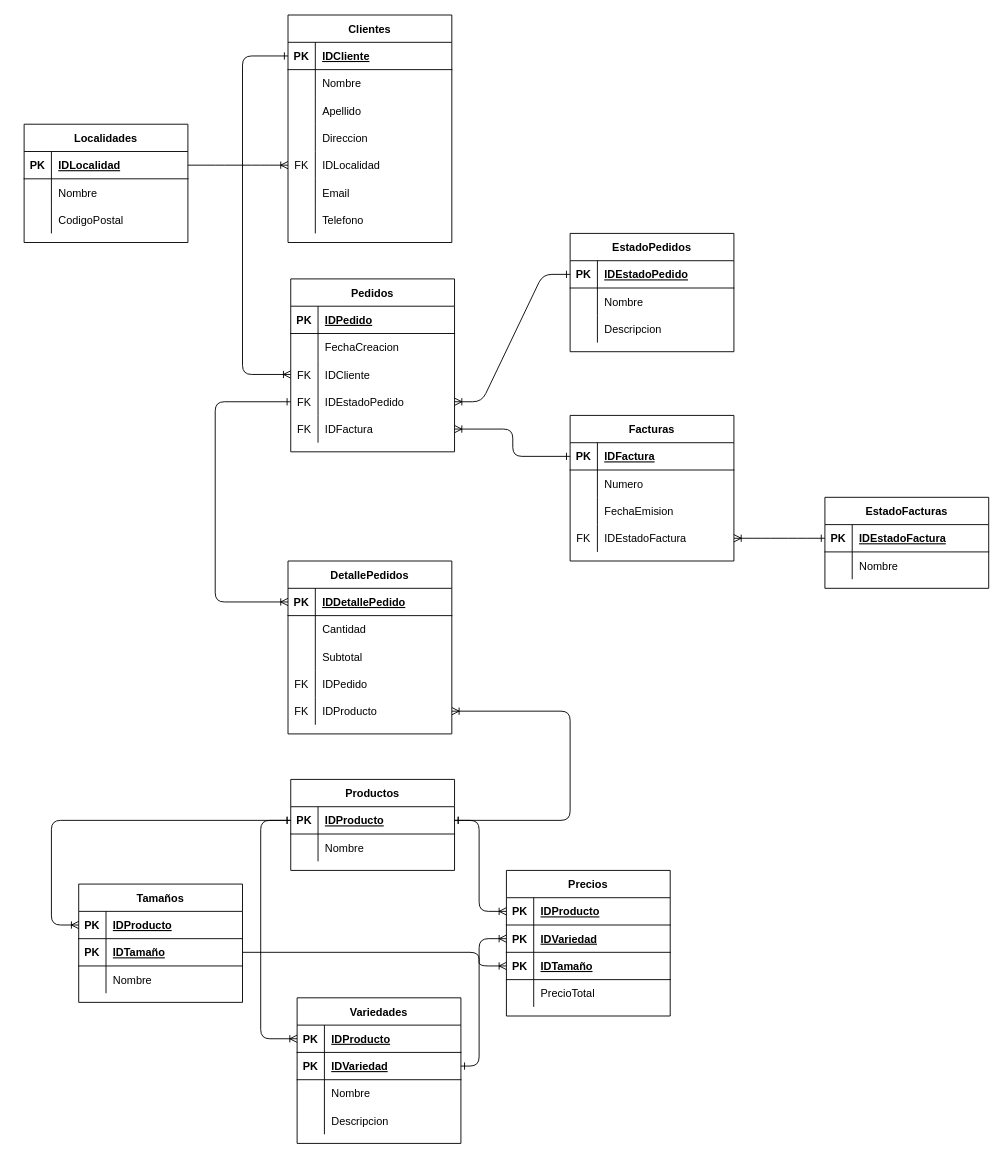
RailGun15/laboratorio3-20202c keeps this draw.io diagram as Delivery DER.drawio. Above is the earlier version. Source tidied: cells renumbered, new cells numbered last; positions are measured from the earlier drawing's top-left corner, leaving out a move shared by most shapes. Both pictures are drawn from the tidied source at 91%, with x=0, y=0 at pixel (24, 15).
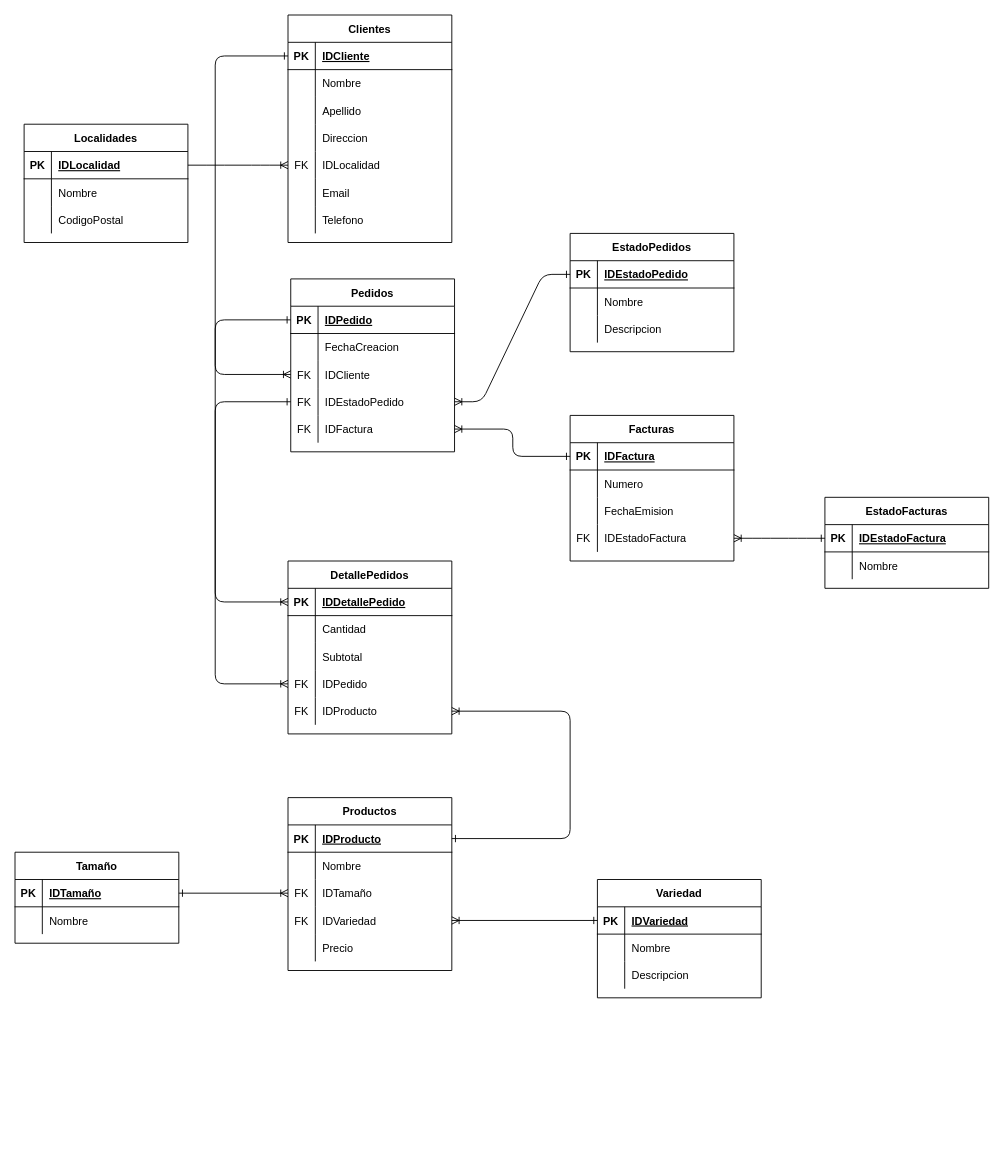
The same page after the edit.

Unchanged cells that the change refers to:
```xml
<mxCell id="12" style="shape=partialRectangle;fillColor=none;top=0;left=0;bottom=0;right=0;points=[[0,0.5],[1,0.5]];portConstraint=eastwest;" parent="2" vertex="1">
  <mxGeometry y="120" width="180" height="30" as="geometry" />
</mxCell>
<mxCell id="19" style="shape=partialRectangle;fillColor=none;top=0;left=0;bottom=1;right=0;points=[[0,0.5],[1,0.5]];portConstraint=eastwest;" parent="18" vertex="1">
  <mxGeometry y="30" width="180" height="30" as="geometry" />
</mxCell>
<mxCell id="25" style="shape=partialRectangle;fillColor=none;top=0;left=0;bottom=0;right=0;points=[[0,0.5],[1,0.5]];portConstraint=eastwest;" parent="18" vertex="1">
  <mxGeometry y="90" width="180" height="30" as="geometry" />
</mxCell>
<mxCell id="35" style="shape=partialRectangle;fillColor=none;top=0;left=0;bottom=1;right=0;points=[[0,0.5],[1,0.5]];portConstraint=eastwest;" parent="34" vertex="1">
  <mxGeometry y="30" width="180" height="30" as="geometry" />
</mxCell>
<mxCell id="57" style="shape=partialRectangle;fillColor=none;top=0;left=0;bottom=1;right=0;points=[[0,0.5],[1,0.5]];portConstraint=eastwest;" parent="56" vertex="1">
  <mxGeometry y="30" width="180" height="30" as="geometry" />
</mxCell>
```

What changed in the source:
```diff
@@
     <mxCell id="56" value="Productos" style="shape=table;startSize=30;childLayout=tableLayout;rowLines=0;fontStyle=1;align=center;" parent="1" vertex="1">
-      <mxGeometry x="293" y="840" width="180" height="100" as="geometry" />
+      <mxGeometry x="290" y="860" width="180" height="190" as="geometry" />
     </mxCell>
@@
-    <mxCell id="63" value="Variedades" style="shape=table;startSize=30;childLayout=tableLayout;rowLines=0;fontStyle=1;align=center;" parent="1" vertex="1">
-      <mxGeometry x="300" y="1080" width="180" height="160" as="geometry" />
-    </mxCell>
-    <mxCell id="64" style="shape=partialRectangle;fillColor=none;top=0;left=0;bottom=1;right=0;points=[[0,0.5],[1,0.5]];portConstraint=eastwest;" parent="63" vertex="1">
-      <mxGeometry y="30" width="180" height="30" as="geometry" />
-    </mxCell>
-    <mxCell id="65" value="PK" style="shape=partialRectangle;fillColor=none;top=0;left=0;bottom=0;right=0;fontStyle=1;overflow=hidden;" parent="64" vertex="1">
-      <mxGeometry width="30" height="30" as="geometry" />
-    </mxCell>
-    <mxCell id="66" value="IDProducto" style="shape=partialRectangle;fillColor=none;top=0;left=0;bottom=0;right=0;align=left;spacingLeft=6;fontStyle=5;overflow=hidden;" parent="64" vertex="1">
-      <mxGeometry x="30" width="150" height="30" as="geometry" />
-    </mxCell>
-    <mxCell id="67" style="shape=partialRectangle;fillColor=none;top=0;left=0;bottom=1;right=0;points=[[0,0.5],[1,0.5]];portConstraint=eastwest;" parent="63" vertex="1">
-      <mxGeometry y="60" width="180" height="30" as="geometry" />
-    </mxCell>
-    <mxCell id="68" value="PK" style="shape=partialRectangle;fillColor=none;top=0;left=0;bottom=0;right=0;fontStyle=1;overflow=hidden;" parent="67" vertex="1">
-      <mxGeometry width="30" height="30" as="geometry" />
-    </mxCell>
-    <mxCell id="69" value="IDVariedad" style="shape=partialRectangle;fillColor=none;top=0;left=0;bottom=0;right=0;align=left;spacingLeft=6;fontStyle=5;overflow=hidden;" parent="67" vertex="1">
-      <mxGeometry x="30" width="150" height="30" as="geometry" />
-    </mxCell>
-    <mxCell id="70" style="shape=partialRectangle;fillColor=none;top=0;left=0;bottom=0;right=0;" parent="63" vertex="1">
-      <mxGeometry y="90" width="180" height="30" as="geometry" />
-    </mxCell>
-    <mxCell id="71" style="shape=partialRectangle;fillColor=none;top=0;left=0;bottom=0;right=0;overflow=hidden;" parent="70" vertex="1">
-      <mxGeometry width="30" height="30" as="geometry" />
-    </mxCell>
-    <mxCell id="72" value="Nombre" style="shape=partialRectangle;fillColor=none;top=0;left=0;bottom=0;right=0;align=left;spacingLeft=6;overflow=hidden;" parent="70" vertex="1">
-      <mxGeometry x="30" width="150" height="30" as="geometry" />
-    </mxCell>
-    <mxCell id="73" style="shape=partialRectangle;fillColor=none;top=0;left=0;bottom=0;right=0;" parent="63" vertex="1">
-      <mxGeometry y="120" width="180" height="30" as="geometry" />
-    </mxCell>
-    <mxCell id="74" style="shape=partialRectangle;fillColor=none;top=0;left=0;bottom=0;right=0;overflow=hidden;" parent="73" vertex="1">
-      <mxGeometry width="30" height="30" as="geometry" />
-    </mxCell>
-    <mxCell id="75" value="Descripcion" style="shape=partialRectangle;fillColor=none;top=0;left=0;bottom=0;right=0;align=left;spacingLeft=6;overflow=hidden;" parent="73" vertex="1">
-      <mxGeometry x="30" width="150" height="30" as="geometry" />
-    </mxCell>
+    <mxCell id="151" style="shape=partialRectangle;fillColor=none;top=0;left=0;bottom=0;right=0;points=[[0,0.5],[1,0.5]];portConstraint=eastwest;" parent="56" vertex="1">
+      <mxGeometry y="90" width="180" height="30" as="geometry" />
+    </mxCell>
+    <mxCell id="152" value="FK" style="shape=partialRectangle;fillColor=none;top=0;left=0;bottom=0;right=0;fontStyle=0;overflow=hidden;" parent="151" vertex="1">
+      <mxGeometry width="30" height="30" as="geometry" />
+    </mxCell>
+    <mxCell id="153" value="IDTamaño" style="shape=partialRectangle;fillColor=none;top=0;left=0;bottom=0;right=0;align=left;spacingLeft=6;fontStyle=0;overflow=hidden;" parent="151" vertex="1">
+      <mxGeometry x="30" width="150" height="30" as="geometry" />
+    </mxCell>
+    <mxCell id="154" style="shape=partialRectangle;fillColor=none;top=0;left=0;bottom=0;right=0;points=[[0,0.5],[1,0.5]];portConstraint=eastwest;" parent="56" vertex="1">
+      <mxGeometry y="120" width="180" height="30" as="geometry" />
+    </mxCell>
+    <mxCell id="155" value="FK" style="shape=partialRectangle;fillColor=none;top=0;left=0;bottom=0;right=0;fontStyle=0;overflow=hidden;" parent="154" vertex="1">
+      <mxGeometry width="30" height="30" as="geometry" />
+    </mxCell>
+    <mxCell id="156" value="IDVariedad" style="shape=partialRectangle;fillColor=none;top=0;left=0;bottom=0;right=0;align=left;spacingLeft=6;fontStyle=0;overflow=hidden;" parent="154" vertex="1">
+      <mxGeometry x="30" width="150" height="30" as="geometry" />
+    </mxCell>
+    <mxCell id="157" style="shape=partialRectangle;fillColor=none;top=0;left=0;bottom=0;right=0;" parent="56" vertex="1">
+      <mxGeometry y="150" width="180" height="30" as="geometry" />
+    </mxCell>
+    <mxCell id="158" style="shape=partialRectangle;fillColor=none;top=0;left=0;bottom=0;right=0;overflow=hidden;" parent="157" vertex="1">
+      <mxGeometry width="30" height="30" as="geometry" />
+    </mxCell>
+    <mxCell id="159" value="Precio" style="shape=partialRectangle;fillColor=none;top=0;left=0;bottom=0;right=0;align=left;spacingLeft=6;overflow=hidden;" parent="157" vertex="1">
+      <mxGeometry x="30" width="150" height="30" as="geometry" />
+    </mxCell>
@@
-    <mxCell id="116" value="Tamaños" style="shape=table;startSize=30;childLayout=tableLayout;rowLines=0;fontStyle=1;align=center;" parent="1" vertex="1">
-      <mxGeometry x="60" y="955" width="180" height="130" as="geometry" />
-    </mxCell>
-    <mxCell id="117" style="shape=partialRectangle;fillColor=none;top=0;left=0;bottom=1;right=0;points=[[0,0.5],[1,0.5]];portConstraint=eastwest;" parent="116" vertex="1">
-      <mxGeometry y="30" width="180" height="30" as="geometry" />
-    </mxCell>
-    <mxCell id="118" value="PK" style="shape=partialRectangle;fillColor=none;top=0;left=0;bottom=0;right=0;fontStyle=1;overflow=hidden;" parent="117" vertex="1">
-      <mxGeometry width="30" height="30" as="geometry" />
-    </mxCell>
-    <mxCell id="119" value="IDProducto" style="shape=partialRectangle;fillColor=none;top=0;left=0;bottom=0;right=0;align=left;spacingLeft=6;fontStyle=5;overflow=hidden;" parent="117" vertex="1">
-      <mxGeometry x="30" width="150" height="30" as="geometry" />
-    </mxCell>
-    <mxCell id="120" style="shape=partialRectangle;fillColor=none;top=0;left=0;bottom=1;right=0;points=[[0,0.5],[1,0.5]];portConstraint=eastwest;" parent="116" vertex="1">
-      <mxGeometry y="60" width="180" height="30" as="geometry" />
-    </mxCell>
-    <mxCell id="121" value="PK" style="shape=partialRectangle;fillColor=none;top=0;left=0;bottom=0;right=0;fontStyle=1;overflow=hidden;" parent="120" vertex="1">
-      <mxGeometry width="30" height="30" as="geometry" />
-    </mxCell>
-    <mxCell id="122" value="IDTamaño" style="shape=partialRectangle;fillColor=none;top=0;left=0;bottom=0;right=0;align=left;spacingLeft=6;fontStyle=5;overflow=hidden;" parent="120" vertex="1">
-      <mxGeometry x="30" width="150" height="30" as="geometry" />
-    </mxCell>
-    <mxCell id="123" style="shape=partialRectangle;fillColor=none;top=0;left=0;bottom=0;right=0;" parent="116" vertex="1">
-      <mxGeometry y="90" width="180" height="30" as="geometry" />
-    </mxCell>
-    <mxCell id="124" style="shape=partialRectangle;fillColor=none;top=0;left=0;bottom=0;right=0;overflow=hidden;" parent="123" vertex="1">
-      <mxGeometry width="30" height="30" as="geometry" />
-    </mxCell>
-    <mxCell id="125" value="Nombre" style="shape=partialRectangle;fillColor=none;top=0;left=0;bottom=0;right=0;align=left;spacingLeft=6;overflow=hidden;" parent="123" vertex="1">
-      <mxGeometry x="30" width="150" height="30" as="geometry" />
-    </mxCell>
-    <mxCell id="126" value="Precios" style="shape=table;startSize=30;childLayout=tableLayout;rowLines=0;fontStyle=1;align=center;" parent="1" vertex="1">
-      <mxGeometry x="530" y="940" width="180" height="160" as="geometry" />
-    </mxCell>
-    <mxCell id="127" style="shape=partialRectangle;fillColor=none;top=0;left=0;bottom=1;right=0;points=[[0,0.5],[1,0.5]];portConstraint=eastwest;" parent="126" vertex="1">
-      <mxGeometry y="30" width="180" height="30" as="geometry" />
-    </mxCell>
-    <mxCell id="128" value="PK" style="shape=partialRectangle;fillColor=none;top=0;left=0;bottom=0;right=0;fontStyle=1;overflow=hidden;" parent="127" vertex="1">
-      <mxGeometry width="30" height="30" as="geometry" />
-    </mxCell>
-    <mxCell id="129" value="IDProducto" style="shape=partialRectangle;fillColor=none;top=0;left=0;bottom=0;right=0;align=left;spacingLeft=6;fontStyle=5;overflow=hidden;" parent="127" vertex="1">
-      <mxGeometry x="30" width="150" height="30" as="geometry" />
-    </mxCell>
-    <mxCell id="130" style="shape=partialRectangle;fillColor=none;top=0;left=0;bottom=1;right=0;points=[[0,0.5],[1,0.5]];portConstraint=eastwest;" parent="126" vertex="1">
-      <mxGeometry y="60" width="180" height="30" as="geometry" />
-    </mxCell>
-    <mxCell id="131" value="PK" style="shape=partialRectangle;fillColor=none;top=0;left=0;bottom=0;right=0;fontStyle=1;overflow=hidden;" parent="130" vertex="1">
-      <mxGeometry width="30" height="30" as="geometry" />
-    </mxCell>
-    <mxCell id="132" value="IDVariedad" style="shape=partialRectangle;fillColor=none;top=0;left=0;bottom=0;right=0;align=left;spacingLeft=6;fontStyle=5;overflow=hidden;" parent="130" vertex="1">
-      <mxGeometry x="30" width="150" height="30" as="geometry" />
-    </mxCell>
-    <mxCell id="133" style="shape=partialRectangle;fillColor=none;top=0;left=0;bottom=1;right=0;points=[[0,0.5],[1,0.5]];portConstraint=eastwest;" parent="126" vertex="1">
-      <mxGeometry y="90" width="180" height="30" as="geometry" />
-    </mxCell>
-    <mxCell id="134" value="PK" style="shape=partialRectangle;fillColor=none;top=0;left=0;bottom=0;right=0;fontStyle=1;overflow=hidden;" parent="133" vertex="1">
-      <mxGeometry width="30" height="30" as="geometry" />
-    </mxCell>
-    <mxCell id="135" value="IDTamaño" style="shape=partialRectangle;fillColor=none;top=0;left=0;bottom=0;right=0;align=left;spacingLeft=6;fontStyle=5;overflow=hidden;" parent="133" vertex="1">
-      <mxGeometry x="30" width="150" height="30" as="geometry" />
-    </mxCell>
-    <mxCell id="136" style="shape=partialRectangle;fillColor=none;top=0;left=0;bottom=0;right=0;" parent="126" vertex="1">
-      <mxGeometry y="120" width="180" height="30" as="geometry" />
-    </mxCell>
-    <mxCell id="137" style="shape=partialRectangle;fillColor=none;top=0;left=0;bottom=0;right=0;overflow=hidden;" parent="136" vertex="1">
-      <mxGeometry width="30" height="30" as="geometry" />
-    </mxCell>
-    <mxCell id="138" value="PrecioTotal" style="shape=partialRectangle;fillColor=none;top=0;left=0;bottom=0;right=0;align=left;spacingLeft=6;overflow=hidden;" parent="136" vertex="1">
-      <mxGeometry x="30" width="150" height="30" as="geometry" />
-    </mxCell>
@@
-    <mxCell id="145" style="edgeStyle=elbowEdgeStyle;fontSize=12;html=1;endArrow=ERone;entryX=0;entryY=0.5;entryDx=0;entryDy=0;startArrow=ERoneToMany;startFill=0;endFill=0;exitX=0;exitY=0.5;exitDx=0;exitDy=0;" parent="1" edge="1" source="117" target="57">
-      <mxGeometry relative="1" as="geometry">
-        <Array as="points">
-          <mxPoint x="30" y="980" />
-        </Array>
-      </mxGeometry>
-    </mxCell>
-    <mxCell id="146" style="edgeStyle=elbowEdgeStyle;fontSize=12;html=1;endArrow=ERone;entryX=0;entryY=0.5;entryDx=0;entryDy=0;startArrow=ERoneToMany;startFill=0;endFill=0;exitX=0;exitY=0.5;exitDx=0;exitDy=0;" parent="1" edge="1" source="64" target="57">
-      <mxGeometry relative="1" as="geometry">
-        <Array as="points">
-          <mxPoint x="260" y="990" />
-        </Array>
-      </mxGeometry>
-    </mxCell>
-    <mxCell id="147" style="edgeStyle=elbowEdgeStyle;fontSize=12;html=1;endArrow=ERone;entryX=1;entryY=0.5;entryDx=0;entryDy=0;startArrow=ERoneToMany;startFill=0;endFill=0;exitX=0;exitY=0.5;exitDx=0;exitDy=0;" parent="1" edge="1" source="127" target="57">
-      <mxGeometry relative="1" as="geometry">
-        <Array as="points">
-          <mxPoint x="500" y="1000" />
-        </Array>
-      </mxGeometry>
-    </mxCell>
-    <mxCell id="148" style="edgeStyle=elbowEdgeStyle;fontSize=12;html=1;endArrow=ERone;entryX=1;entryY=0.5;entryDx=0;entryDy=0;startArrow=ERoneToMany;startFill=0;endFill=0;exitX=0;exitY=0.5;exitDx=0;exitDy=0;" parent="1" edge="1" source="130" target="67">
-      <mxGeometry relative="1" as="geometry">
-        <Array as="points">
-          <mxPoint x="500" y="1085" />
-        </Array>
-      </mxGeometry>
-    </mxCell>
-    <mxCell id="149" style="edgeStyle=elbowEdgeStyle;fontSize=12;html=1;endArrow=ERoneToMany;exitX=1;exitY=0.5;exitDx=0;exitDy=0;entryX=0;entryY=0.5;entryDx=0;entryDy=0;" parent="1" edge="1" source="120" target="133">
-      <mxGeometry relative="1" as="geometry">
-        <Array as="points">
-          <mxPoint x="500" y="1040" />
-        </Array>
-      </mxGeometry>
-    </mxCell>
     <mxCell id="150" style="edgeStyle=elbowEdgeStyle;fontSize=12;html=1;endArrow=ERone;entryX=0;entryY=0.5;entryDx=0;entryDy=0;startArrow=ERoneToMany;startFill=0;endFill=0;exitX=0;exitY=0.5;exitDx=0;exitDy=0;" parent="1" edge="1" source="25" target="35">
       <mxGeometry relative="1" as="geometry">
         <Array as="points">
-          <mxPoint x="240" y="230" />
+          <mxPoint x="210" y="230" />
         </Array>
       </mxGeometry>
     </mxCell>
+    <mxCell id="160" style="edgeStyle=elbowEdgeStyle;fontSize=12;html=1;endArrow=ERone;entryX=0;entryY=0.5;entryDx=0;entryDy=0;startArrow=ERoneToMany;startFill=0;endFill=0;exitX=0;exitY=0.5;exitDx=0;exitDy=0;" parent="1" edge="1" source="12" target="19">
+      <mxGeometry relative="1" as="geometry">
+        <Array as="points">
+          <mxPoint x="210" y="540" />
+        </Array>
+      </mxGeometry>
+    </mxCell>
+    <mxCell id="161" value="Tamaño" style="shape=table;startSize=30;childLayout=tableLayout;rowLines=0;fontStyle=1;align=center;" parent="1" vertex="1">
+      <mxGeometry x="-10" y="920" width="180" height="100" as="geometry" />
+    </mxCell>
+    <mxCell id="162" style="shape=partialRectangle;fillColor=none;top=0;left=0;bottom=1;right=0;points=[[0,0.5],[1,0.5]];portConstraint=eastwest;" parent="161" vertex="1">
+      <mxGeometry y="30" width="180" height="30" as="geometry" />
+    </mxCell>
+    <mxCell id="163" value="PK" style="shape=partialRectangle;fillColor=none;top=0;left=0;bottom=0;right=0;fontStyle=1;overflow=hidden;" parent="162" vertex="1">
+      <mxGeometry width="30" height="30" as="geometry" />
+    </mxCell>
+    <mxCell id="164" value="IDTamaño" style="shape=partialRectangle;fillColor=none;top=0;left=0;bottom=0;right=0;align=left;spacingLeft=6;fontStyle=5;overflow=hidden;" parent="162" vertex="1">
+      <mxGeometry x="30" width="150" height="30" as="geometry" />
+    </mxCell>
+    <mxCell id="165" style="shape=partialRectangle;fillColor=none;top=0;left=0;bottom=0;right=0;" parent="161" vertex="1">
+      <mxGeometry y="60" width="180" height="30" as="geometry" />
+    </mxCell>
+    <mxCell id="166" style="shape=partialRectangle;fillColor=none;top=0;left=0;bottom=0;right=0;overflow=hidden;" parent="165" vertex="1">
+      <mxGeometry width="30" height="30" as="geometry" />
+    </mxCell>
+    <mxCell id="167" value="Nombre" style="shape=partialRectangle;fillColor=none;top=0;left=0;bottom=0;right=0;align=left;spacingLeft=6;overflow=hidden;" parent="165" vertex="1">
+      <mxGeometry x="30" width="150" height="30" as="geometry" />
+    </mxCell>
+    <mxCell id="168" value="Variedad" style="shape=table;startSize=30;childLayout=tableLayout;rowLines=0;fontStyle=1;align=center;" parent="1" vertex="1">
+      <mxGeometry x="630" y="950" width="180" height="130" as="geometry" />
+    </mxCell>
+    <mxCell id="169" style="shape=partialRectangle;fillColor=none;top=0;left=0;bottom=1;right=0;points=[[0,0.5],[1,0.5]];portConstraint=eastwest;" parent="168" vertex="1">
+      <mxGeometry y="30" width="180" height="30" as="geometry" />
+    </mxCell>
+    <mxCell id="170" value="PK" style="shape=partialRectangle;fillColor=none;top=0;left=0;bottom=0;right=0;fontStyle=1;overflow=hidden;" parent="169" vertex="1">
+      <mxGeometry width="30" height="30" as="geometry" />
+    </mxCell>
+    <mxCell id="171" value="IDVariedad" style="shape=partialRectangle;fillColor=none;top=0;left=0;bottom=0;right=0;align=left;spacingLeft=6;fontStyle=5;overflow=hidden;" parent="169" vertex="1">
+      <mxGeometry x="30" width="150" height="30" as="geometry" />
+    </mxCell>
+    <mxCell id="172" style="shape=partialRectangle;fillColor=none;top=0;left=0;bottom=0;right=0;" parent="168" vertex="1">
+      <mxGeometry y="60" width="180" height="30" as="geometry" />
+    </mxCell>
+    <mxCell id="173" style="shape=partialRectangle;fillColor=none;top=0;left=0;bottom=0;right=0;overflow=hidden;" parent="172" vertex="1">
+      <mxGeometry width="30" height="30" as="geometry" />
+    </mxCell>
+    <mxCell id="174" value="Nombre" style="shape=partialRectangle;fillColor=none;top=0;left=0;bottom=0;right=0;align=left;spacingLeft=6;overflow=hidden;" parent="172" vertex="1">
+      <mxGeometry x="30" width="150" height="30" as="geometry" />
+    </mxCell>
+    <mxCell id="175" style="shape=partialRectangle;fillColor=none;top=0;left=0;bottom=0;right=0;" parent="168" vertex="1">
+      <mxGeometry y="90" width="180" height="30" as="geometry" />
+    </mxCell>
+    <mxCell id="176" style="shape=partialRectangle;fillColor=none;top=0;left=0;bottom=0;right=0;overflow=hidden;" parent="175" vertex="1">
+      <mxGeometry width="30" height="30" as="geometry" />
+    </mxCell>
+    <mxCell id="75" value="Descripcion" style="shape=partialRectangle;fillColor=none;top=0;left=0;bottom=0;right=0;align=left;spacingLeft=6;overflow=hidden;" parent="175" vertex="1">
+      <mxGeometry x="30" width="150" height="30" as="geometry" />
+    </mxCell>
+    <mxCell id="177" style="fontSize=12;html=1;endArrow=ERone;entryX=0;entryY=0.5;entryDx=0;entryDy=0;startArrow=ERoneToMany;startFill=0;endFill=0;exitX=1;exitY=0.5;exitDx=0;exitDy=0;" parent="1" edge="1" source="154" target="169">
+      <mxGeometry relative="1" as="geometry" />
+    </mxCell>
+    <mxCell id="178" style="fontSize=12;html=1;endArrow=ERone;startArrow=ERoneToMany;startFill=0;endFill=0;exitX=0;exitY=0.5;exitDx=0;exitDy=0;entryX=1;entryY=0.5;entryDx=0;entryDy=0;" parent="1" edge="1" source="151" target="162">
+      <mxGeometry relative="1" as="geometry" />
+    </mxCell>
```
